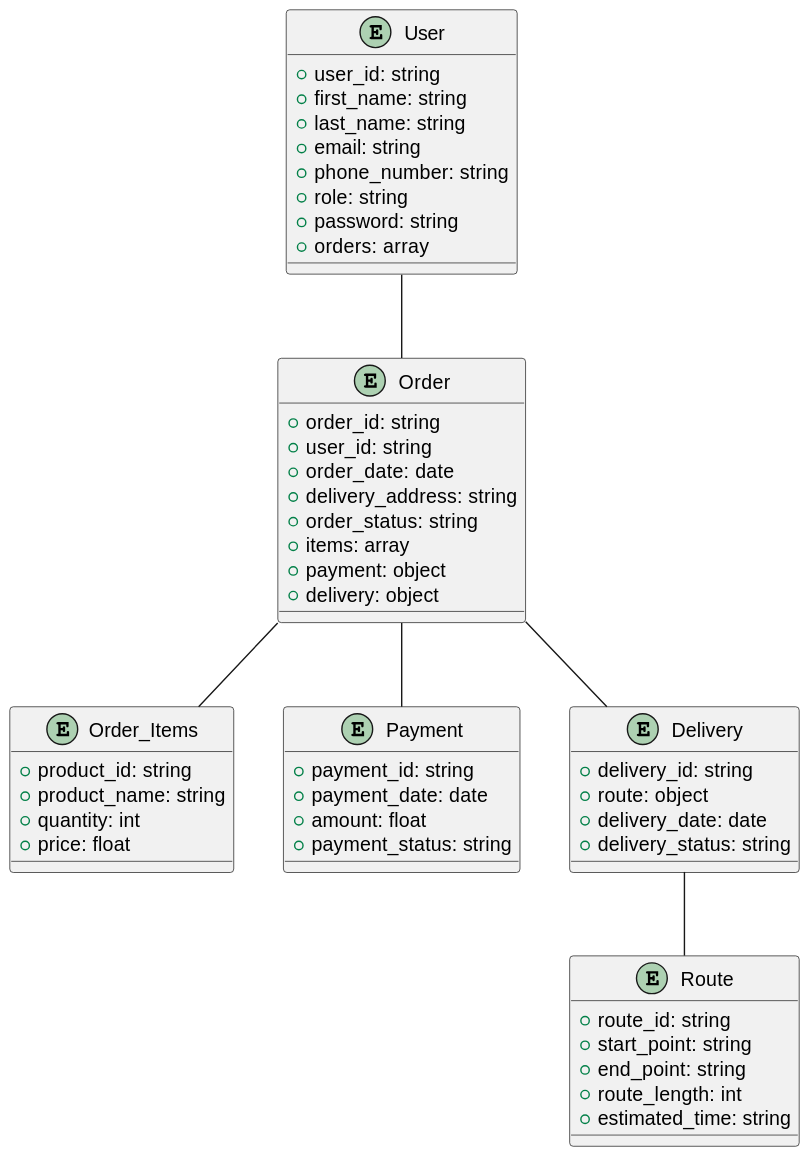
Before: out/Diagram_DB_NR/Diagram_DB_NR.svg, a diagram exported from PlantUML (puchkova-va/Puchkova_analytics_practice).
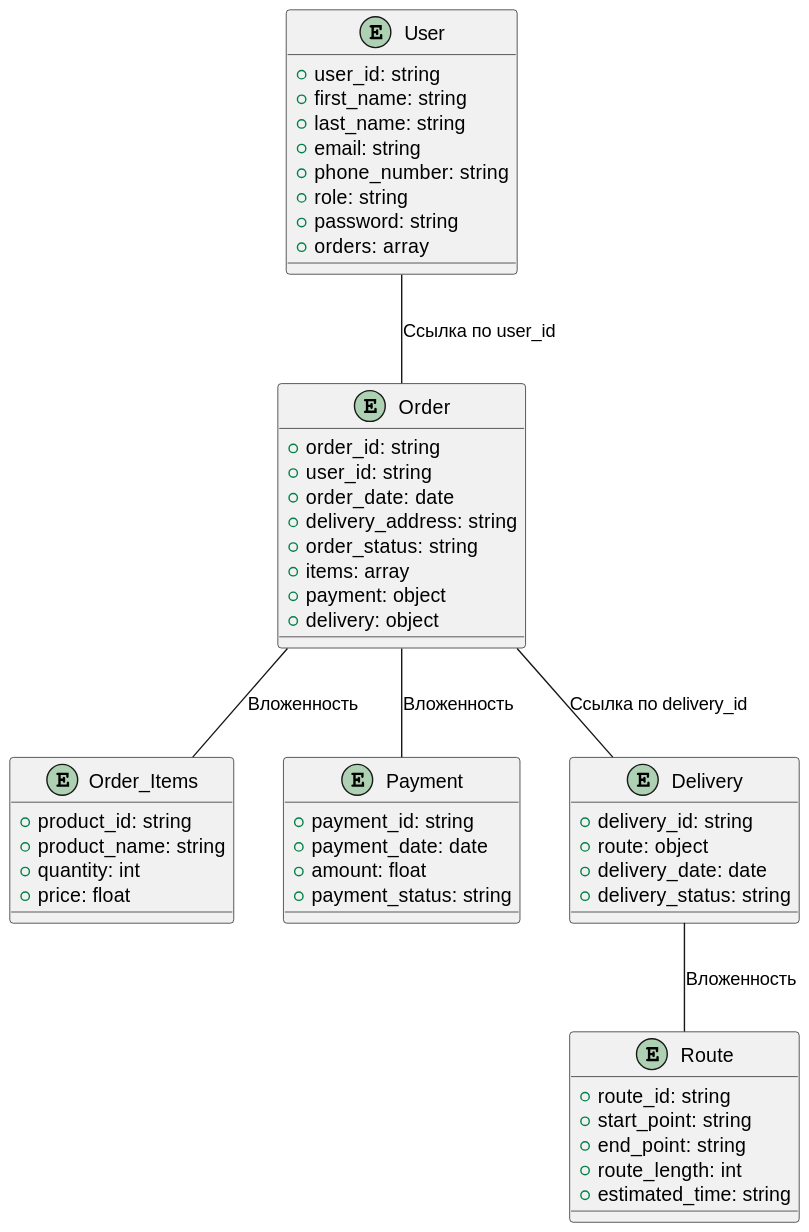
The same diagram one commit later.

What changed in the source:
```diff
@@ -50,9 +50,9 @@
   + estimated_time: string
 }
 
-users -- orders
-orders -- order_items
-orders -- payment
-orders -- delivery
-delivery -- route
+users -- orders : "Сcылка по user_id"
+orders -- order_items : "Вложенность"
+orders -- payment : "Вложенность"
+orders -- delivery : "Ссылка по delivery_id"
+delivery -- route : "Вложенность"
 @enduml
```
